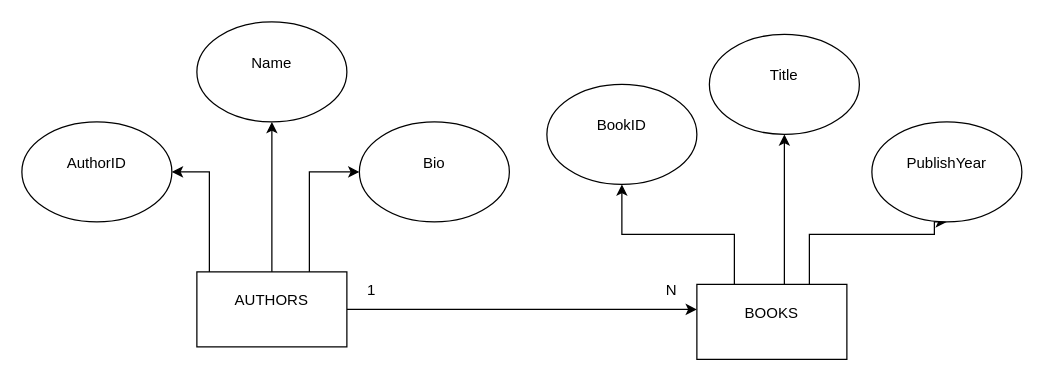
The draw.io diagram bai1/bai1.drawio in dodinhlong0242/IT202_K25, before the edit. Source tidied: cells renumbered, new cells numbered last; positions are measured from the earlier drawing's top-left corner, leaving out a move shared by most shapes. Both pictures are drawn from the tidied source at 125%, with x=0, y=0 at pixel (21, 21).
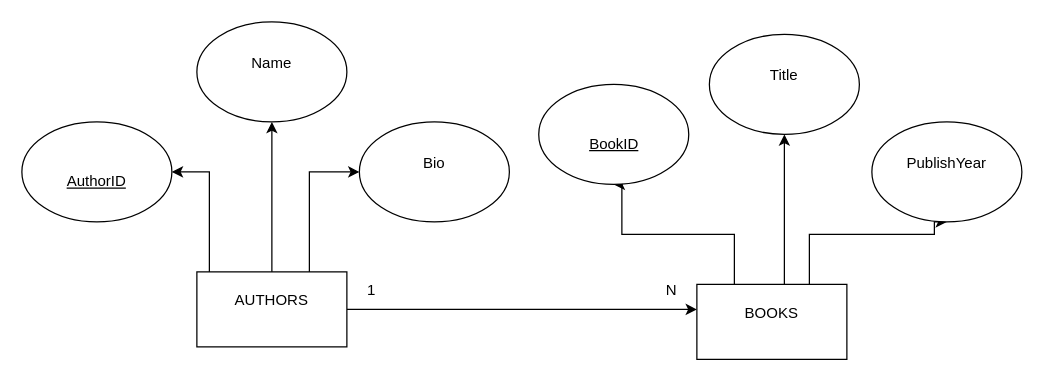
The same diagram, later.

Commit message:
Update noi dung bai 1

Change to the diagram source:
```diff
@@
-    <mxCell id="11" value="&#10;AuthorID &#10;&#10;" style="ellipse;whiteSpace=wrap;html=1;" parent="1" vertex="1">
+    <mxCell id="11" value="&lt;u&gt;&lt;br&gt;AuthorID &lt;br&gt;&lt;/u&gt;" style="ellipse;whiteSpace=wrap;html=1;" parent="1" vertex="1">
       <mxGeometry y="80" width="120" height="80" as="geometry" />
     </mxCell>
@@
-    <mxCell id="14" value="&#10;BookID &#10;&#10;" style="ellipse;whiteSpace=wrap;html=1;" parent="1" vertex="1">
-      <mxGeometry x="420" y="50" width="120" height="80" as="geometry" />
+    <mxCell id="14" value="&lt;u&gt;&lt;br&gt;BookID &lt;br&gt;&lt;/u&gt;" style="ellipse;whiteSpace=wrap;html=1;" parent="1" vertex="1">
+      <mxGeometry x="413.5" y="50" width="120" height="80" as="geometry" />
     </mxCell>
```
